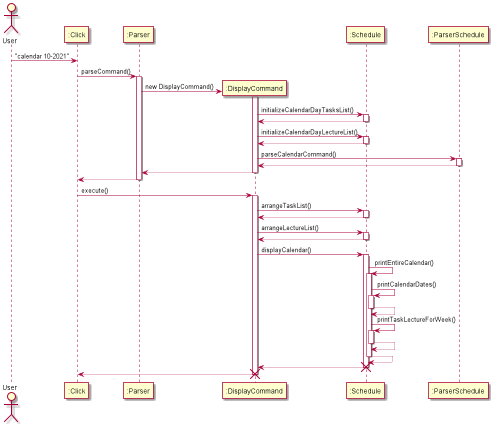
Above: docs/images/calendar/CalendarDisplaySequence.png in swatimahadevan/tp (PlantUML), before the change.
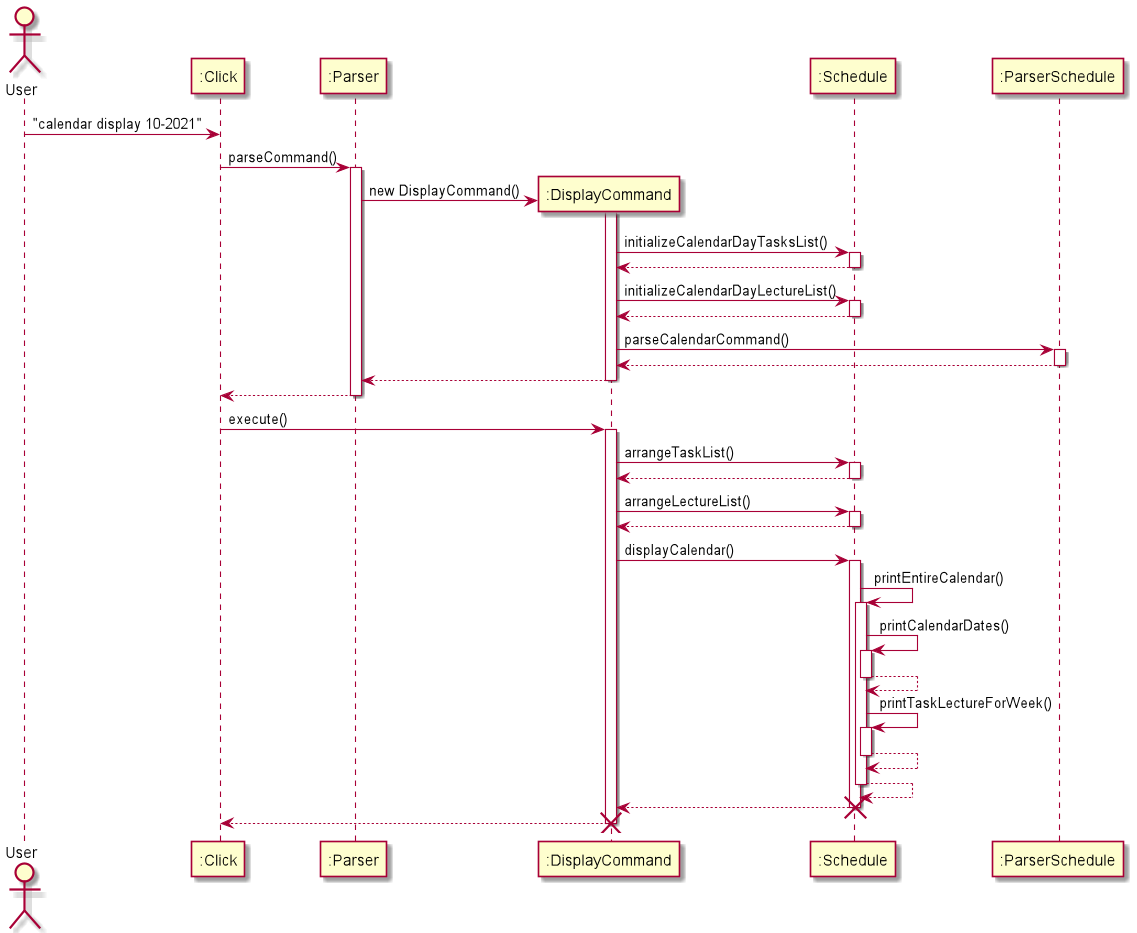
The same diagram one commit later.

What changed in the source:
```diff
@@ -1,6 +1,6 @@
 @startuml
 Actor User
-User -> ":Click" : "calendar 10-2021"
+User -> ":Click" : "calendar display 10-2021"
 participant ":Click"
 ":Click" -> ":Parser" : parseCommand()
 participant ":Parser"
```
